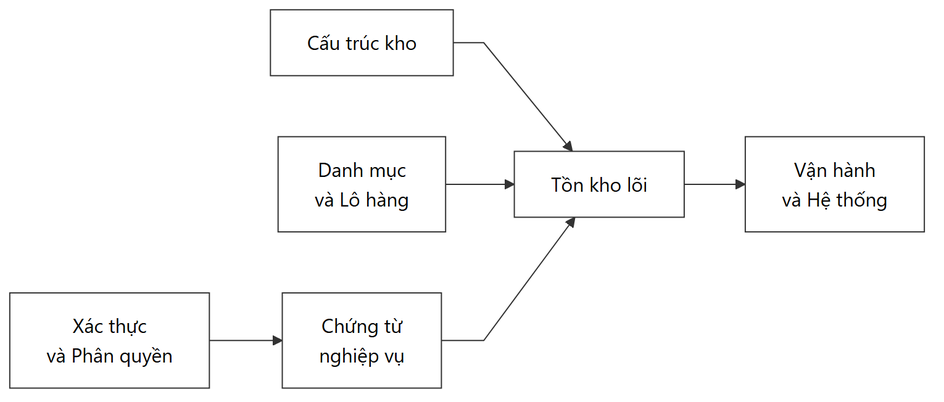
Above: docs/diagrams/10_3-1-1_muc-y-niem-conceptual_flow.png in nguyenthihongnhu-dotcom/luanvan2026 (Mermaid), before the change. Its source is kept beside it as docs/diagrams/10_3-1-1_muc-y-niem-conceptual_flow.mmd. The source it was exported from:
```mermaid
flowchart LR
    A[Xác thực<br/>và Phân quyền]
    B[Cấu trúc kho]
    C[Danh mục<br/>và Lô hàng]
    D[Tồn kho lõi]
    E[Chứng từ<br/>nghiệp vụ]
    F[Vận hành<br/>và Hệ thống]

    B --> D
    C --> D
    A --> E
    E --> D
    D --> F
```
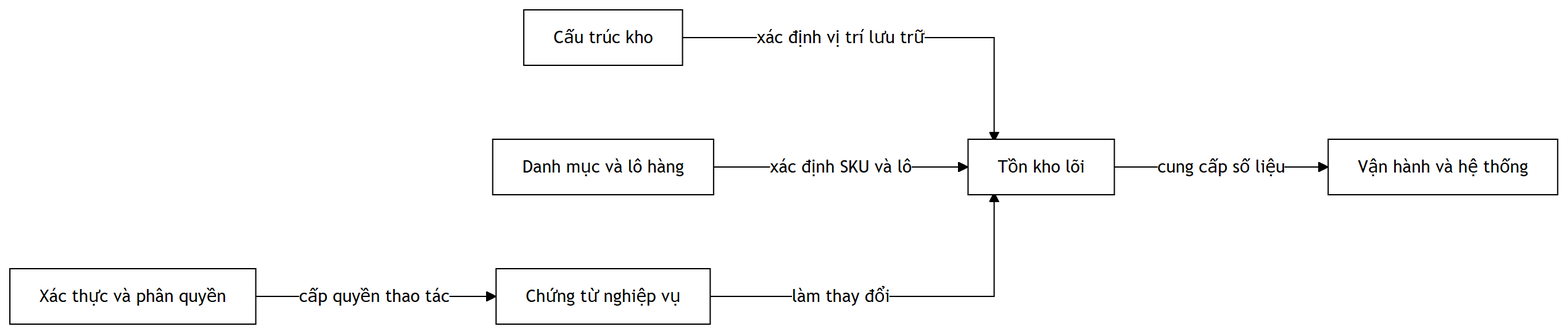
After the commit.

The edit, as a diff of the source:
```diff
@@ -1,13 +1,36 @@
+%%{init: {
+  'theme': 'base',
+  'themeVariables': {
+    'primaryColor': '#ffffff',
+    'primaryBorderColor': '#000000',
+    'primaryTextColor': '#000000',
+    'secondaryColor': '#ffffff',
+    'secondaryBorderColor': '#000000',
+    'secondaryTextColor': '#000000',
+    'tertiaryColor': '#ffffff',
+    'tertiaryBorderColor': '#000000',
+    'tertiaryTextColor': '#000000',
+    'lineColor': '#000000',
+    'textColor': '#000000',
+    'mainBkg': '#ffffff',
+    'nodeBorder': '#000000',
+    'clusterBkg': '#ffffff',
+    'clusterBorder': '#000000',
+    'edgeLabelBackground': '#ffffff',
+    'fontSize': '14px'
+  },
+  'flowchart': { 'curve': 'stepAfter', 'nodeSpacing': 60, 'rankSpacing': 70, 'padding': 12, 'useMaxWidth': false }
+}}%%
 flowchart LR
-    A[Xác thực<br/>và Phân quyền]
-    B[Cấu trúc kho]
-    C[Danh mục<br/>và Lô hàng]
-    D[Tồn kho lõi]
-    E[Chứng từ<br/>nghiệp vụ]
-    F[Vận hành<br/>và Hệ thống]
+    A["Xác thực và phân quyền"]
+    B["Cấu trúc kho"]
+    C["Danh mục và lô hàng"]
+    Dc["Tồn kho lõi"]
+    E["Chứng từ nghiệp vụ"]
+    F["Vận hành và hệ thống"]
 
-    B --> D
-    C --> D
-    A --> E
-    E --> D
-    D --> F
+    A -->|cấp quyền thao tác| E
+    B -->|xác định vị trí lưu trữ| Dc
+    C -->|xác định SKU và lô| Dc
+    E -->|làm thay đổi| Dc
+    Dc -->|cung cấp số liệu| F
```
